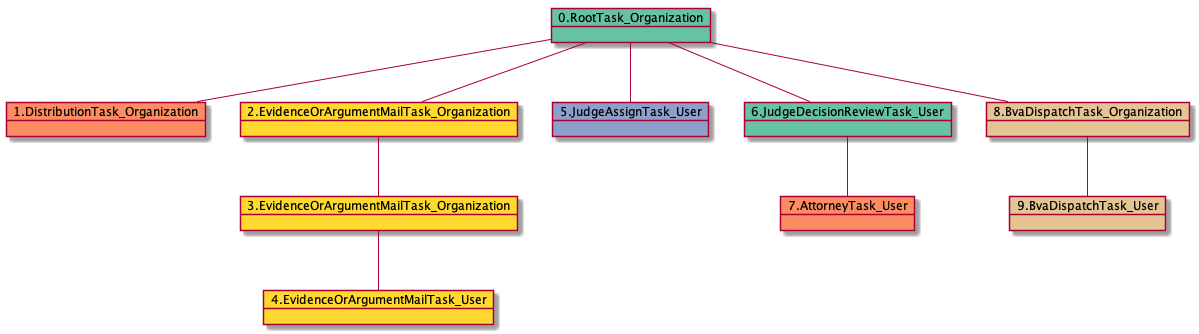
Earlier version of the PlantUML export docs-DR/uml/RTO.DTO.EOAMTO.EOAMTO.EOAMTU.JATU.JDRTU-10213.png (yoomlam/graphing). Its diagram source:
```plantuml
@startuml
object 0.RootTask_Organization #66c2a5
object 1.DistributionTask_Organization #fc8d62
object 2.EvidenceOrArgumentMailTask_Organization #ffd92f
object 3.EvidenceOrArgumentMailTask_Organization #ffd92f
object 4.EvidenceOrArgumentMailTask_User #ffd92f
object 5.JudgeAssignTask_User #8da0cb
object 6.JudgeDecisionReviewTask_User #66c2a5
object 7.AttorneyTask_User #fc8d62
object 8.BvaDispatchTask_Organization #e5c494
object 9.BvaDispatchTask_User #e5c494
0.RootTask_Organization -- 1.DistributionTask_Organization
0.RootTask_Organization -- 2.EvidenceOrArgumentMailTask_Organization
2.EvidenceOrArgumentMailTask_Organization -- 3.EvidenceOrArgumentMailTask_Organization
3.EvidenceOrArgumentMailTask_Organization -- 4.EvidenceOrArgumentMailTask_User
0.RootTask_Organization -- 5.JudgeAssignTask_User
0.RootTask_Organization -- 6.JudgeDecisionReviewTask_User
6.JudgeDecisionReviewTask_User -- 7.AttorneyTask_User
0.RootTask_Organization -- 8.BvaDispatchTask_Organization
8.BvaDispatchTask_Organization -- 9.BvaDispatchTask_User
@enduml
```
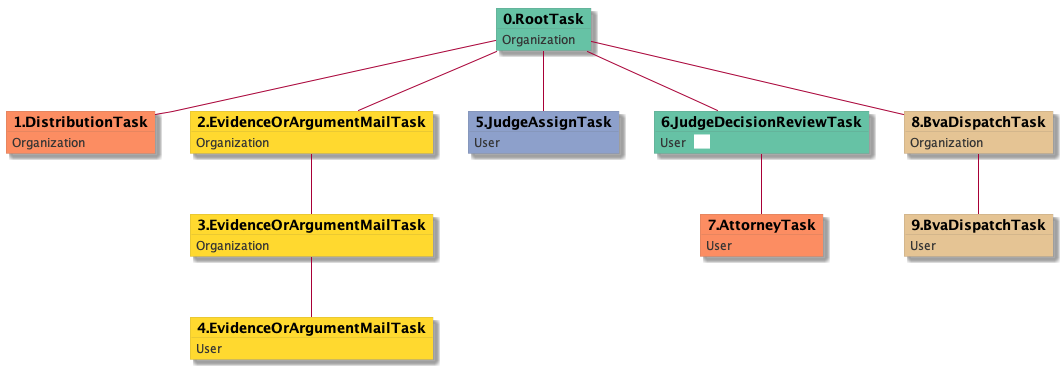
After the change.

The edit, as a diff of the source:
```diff
@@ -1,21 +1,49 @@
 @startuml
-object 0.RootTask_Organization #66c2a5
-object 1.DistributionTask_Organization #fc8d62
-object 2.EvidenceOrArgumentMailTask_Organization #ffd92f
-object 3.EvidenceOrArgumentMailTask_Organization #ffd92f
-object 4.EvidenceOrArgumentMailTask_User #ffd92f
-object 5.JudgeAssignTask_User #8da0cb
-object 6.JudgeDecisionReviewTask_User #66c2a5
-object 7.AttorneyTask_User #fc8d62
-object 8.BvaDispatchTask_Organization #e5c494
-object 9.BvaDispatchTask_User #e5c494
-0.RootTask_Organization -- 1.DistributionTask_Organization
-0.RootTask_Organization -- 2.EvidenceOrArgumentMailTask_Organization
-2.EvidenceOrArgumentMailTask_Organization -- 3.EvidenceOrArgumentMailTask_Organization
-3.EvidenceOrArgumentMailTask_Organization -- 4.EvidenceOrArgumentMailTask_User
-0.RootTask_Organization -- 5.JudgeAssignTask_User
-0.RootTask_Organization -- 6.JudgeDecisionReviewTask_User
-6.JudgeDecisionReviewTask_User -- 7.AttorneyTask_User
-0.RootTask_Organization -- 8.BvaDispatchTask_Organization
-8.BvaDispatchTask_Organization -- 9.BvaDispatchTask_User
+skinparam {
+  ObjectBorderColor #555
+  ObjectBorderThickness 0
+  ObjectFontStyle bold
+  ObjectFontSize 14
+  ObjectAttributeFontColor #333
+  ObjectAttributeFontSize 12
+}
+  object 0.RootTask #66c2a5 {
+Organization
+}
+  object 1.DistributionTask #fc8d62 {
+Organization
+}
+  object 2.EvidenceOrArgumentMailTask #ffd92f {
+Organization
+}
+  object 3.EvidenceOrArgumentMailTask #ffd92f {
+Organization
+}
+  object 4.EvidenceOrArgumentMailTask #ffd92f {
+User
+}
+  object 5.JudgeAssignTask #8da0cb {
+User
+}
+  object 6.JudgeDecisionReviewTask #66c2a5 {
+User  <back:white>    </back>
+}
+  object 7.AttorneyTask #fc8d62 {
+User
+}
+  object 8.BvaDispatchTask #e5c494 {
+Organization
+}
+  object 9.BvaDispatchTask #e5c494 {
+User
+}
+0.RootTask -- 1.DistributionTask
+0.RootTask -- 2.EvidenceOrArgumentMailTask
+2.EvidenceOrArgumentMailTask -- 3.EvidenceOrArgumentMailTask
+3.EvidenceOrArgumentMailTask -- 4.EvidenceOrArgumentMailTask
+0.RootTask -- 5.JudgeAssignTask
+0.RootTask -- 6.JudgeDecisionReviewTask
+6.JudgeDecisionReviewTask -- 7.AttorneyTask
+0.RootTask -- 8.BvaDispatchTask
+8.BvaDispatchTask -- 9.BvaDispatchTask
 @enduml
```
